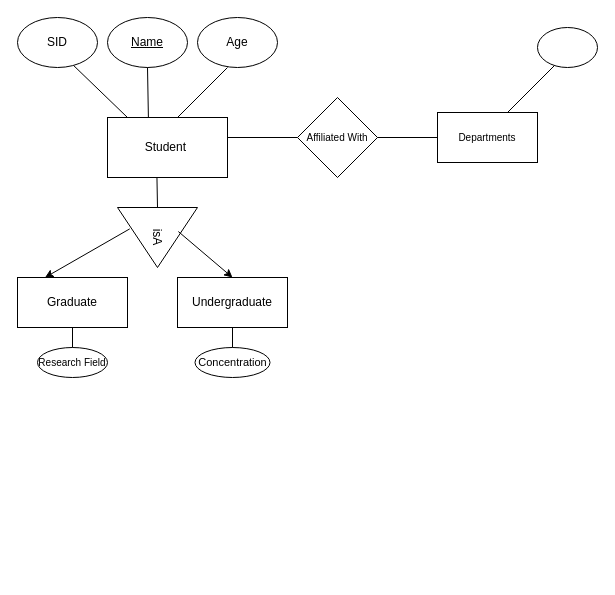
The draw.io diagram Untitled Diagram.drawio in psaghafi/SQL-ER-Diagram, before the edit. Source tidied: cells renumbered, new cells numbered last; positions are measured from the earlier drawing's top-left corner, leaving out a move shared by most shapes. Both pictures are drawn from the tidied source at 100%, with x=0, y=0 at pixel (17, 17).
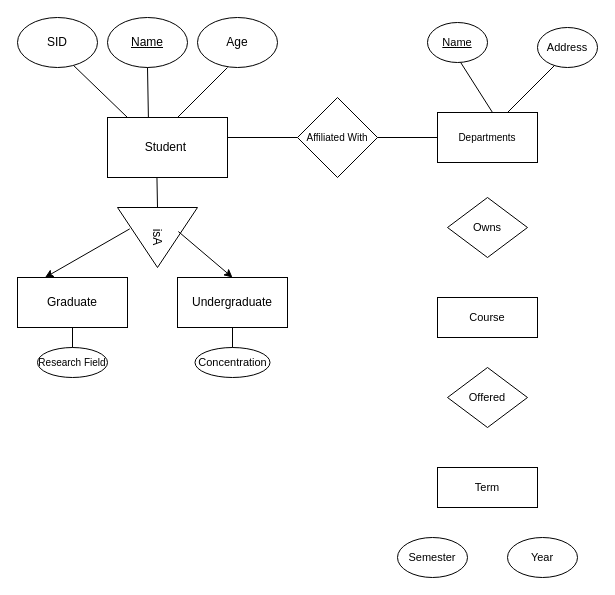
Above is the later version.

The edit, as a diff of the source:
```diff
@@
-    <mxCell id="24" style="ellipse;whiteSpace=wrap;html=1;fontSize=10;" parent="1" vertex="1">
+    <mxCell id="24" value="&lt;font style=&quot;font-size: 11px&quot;&gt;Address&lt;/font&gt;" style="ellipse;whiteSpace=wrap;html=1;fontSize=10;" parent="1" vertex="1">
       <mxGeometry x="520" y="10" width="60" height="40" as="geometry" />
     </mxCell>
+    <mxCell id="25" style="endArrow=none;html=1;rounded=0;fontSize=10;" parent="1" edge="1">
+      <mxGeometry relative="1" as="geometry">
+        <mxPoint x="475" y="95" as="sourcePoint" />
+        <mxPoint x="440" y="40" as="targetPoint" />
+      </mxGeometry>
+    </mxCell>
+    <mxCell id="26" value="&lt;u style=&quot;font-size: 11px&quot;&gt;Name&lt;/u&gt;" style="ellipse;whiteSpace=wrap;html=1;fontSize=10;" parent="1" vertex="1">
+      <mxGeometry x="410" y="5" width="60" height="40" as="geometry" />
+    </mxCell>
+    <mxCell id="27" value="Owns" style="rhombus;whiteSpace=wrap;html=1;fontSize=11;" parent="1" vertex="1">
+      <mxGeometry x="430" y="180" width="80" height="60" as="geometry" />
+    </mxCell>
+    <mxCell id="28" value="Course" style="whiteSpace=wrap;html=1;fontSize=11;" parent="1" vertex="1">
+      <mxGeometry x="420" y="280" width="100" height="40" as="geometry" />
+    </mxCell>
+    <mxCell id="29" value="Offered" style="rhombus;whiteSpace=wrap;html=1;fontSize=11;" parent="1" vertex="1">
+      <mxGeometry x="430" y="350" width="80" height="60" as="geometry" />
+    </mxCell>
+    <mxCell id="30" value="Term" style="rounded=0;whiteSpace=wrap;html=1;fontSize=11;" parent="1" vertex="1">
+      <mxGeometry x="420" y="450" width="100" height="40" as="geometry" />
+    </mxCell>
+    <mxCell id="31" value="Semester" style="ellipse;whiteSpace=wrap;html=1;fontSize=11;" parent="1" vertex="1">
+      <mxGeometry x="380" y="520" width="70" height="40" as="geometry" />
+    </mxCell>
+    <mxCell id="32" value="Year" style="ellipse;whiteSpace=wrap;html=1;fontSize=11;" parent="1" vertex="1">
+      <mxGeometry x="490" y="520" width="70" height="40" as="geometry" />
+    </mxCell>
```
